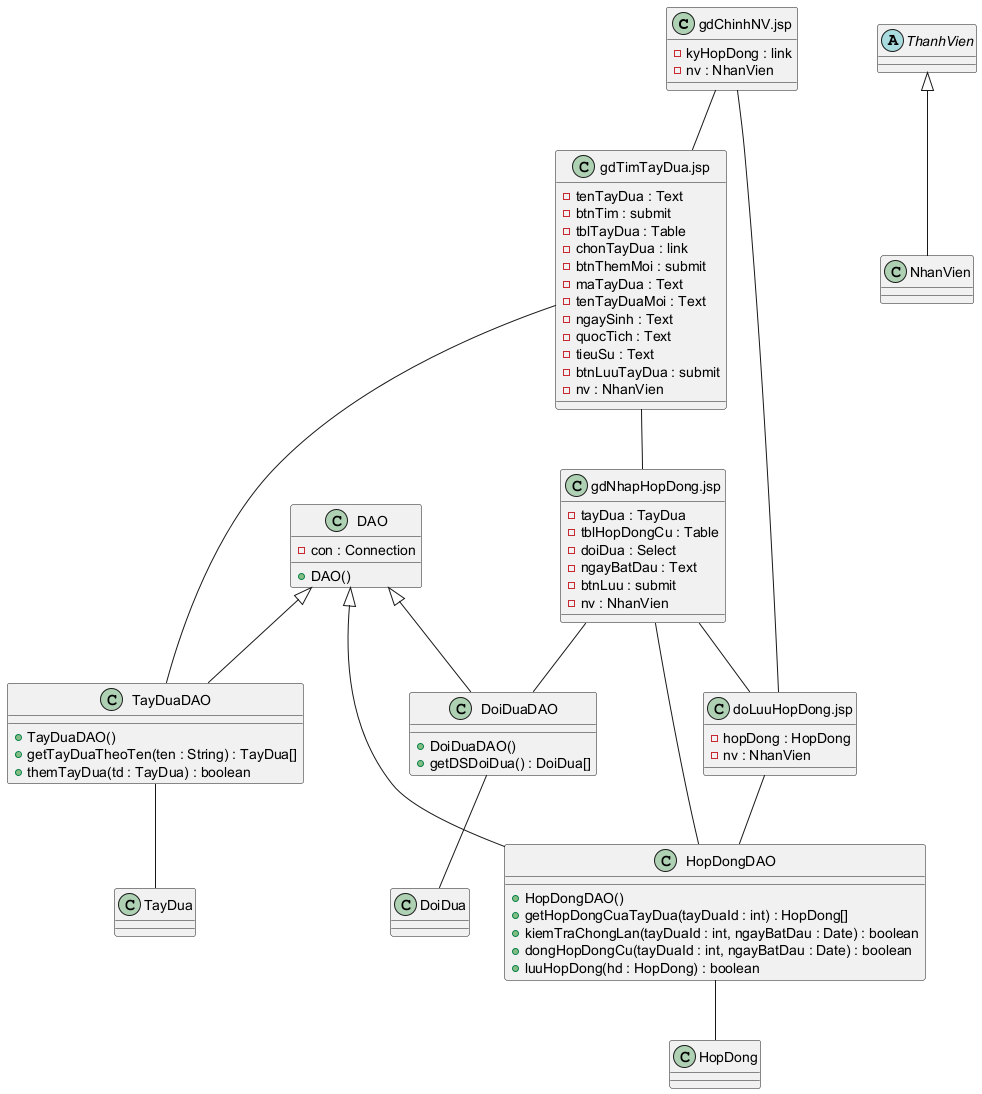
7gho/CNPM-He2026 keeps this PlantUML diagram as Module 1 - Quan/hinh/ref/5-bieu-do-lop-thiet-ke-view-dao-model.png. Above is the earlier version.
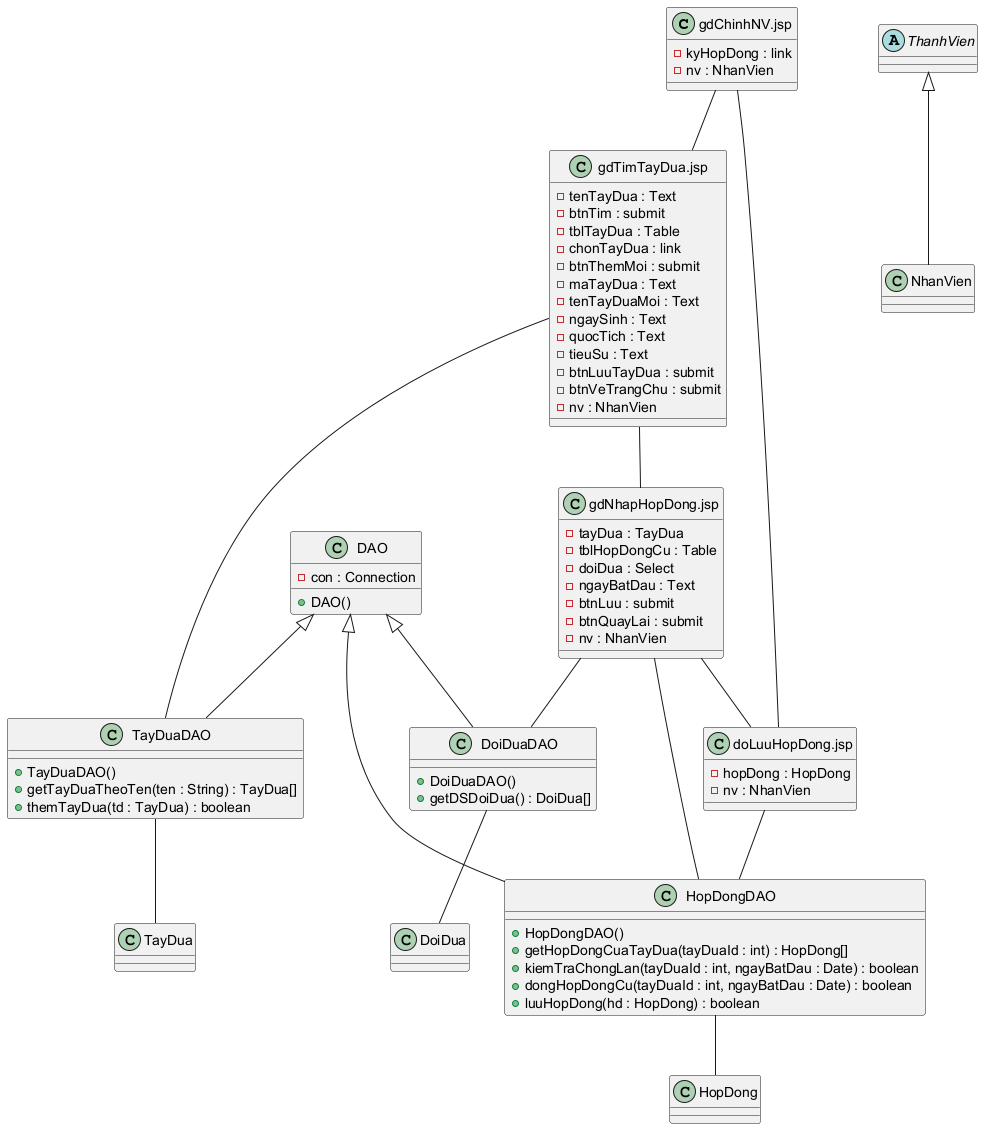
After the change.

What changed in the source:
```diff
@@ -15,6 +15,7 @@
   -quocTich : Text
   -tieuSu : Text
   -btnLuuTayDua : submit
+  -btnVeTrangChu : submit
   -nv : NhanVien
 }
 class "gdNhapHopDong.jsp" as gdNhapHopDong {
@@ -23,6 +24,7 @@
   -doiDua : Select
   -ngayBatDau : Text
   -btnLuu : submit
+  -btnQuayLai : submit
   -nv : NhanVien
 }
 class "doLuuHopDong.jsp" as doLuuHopDong {
```
